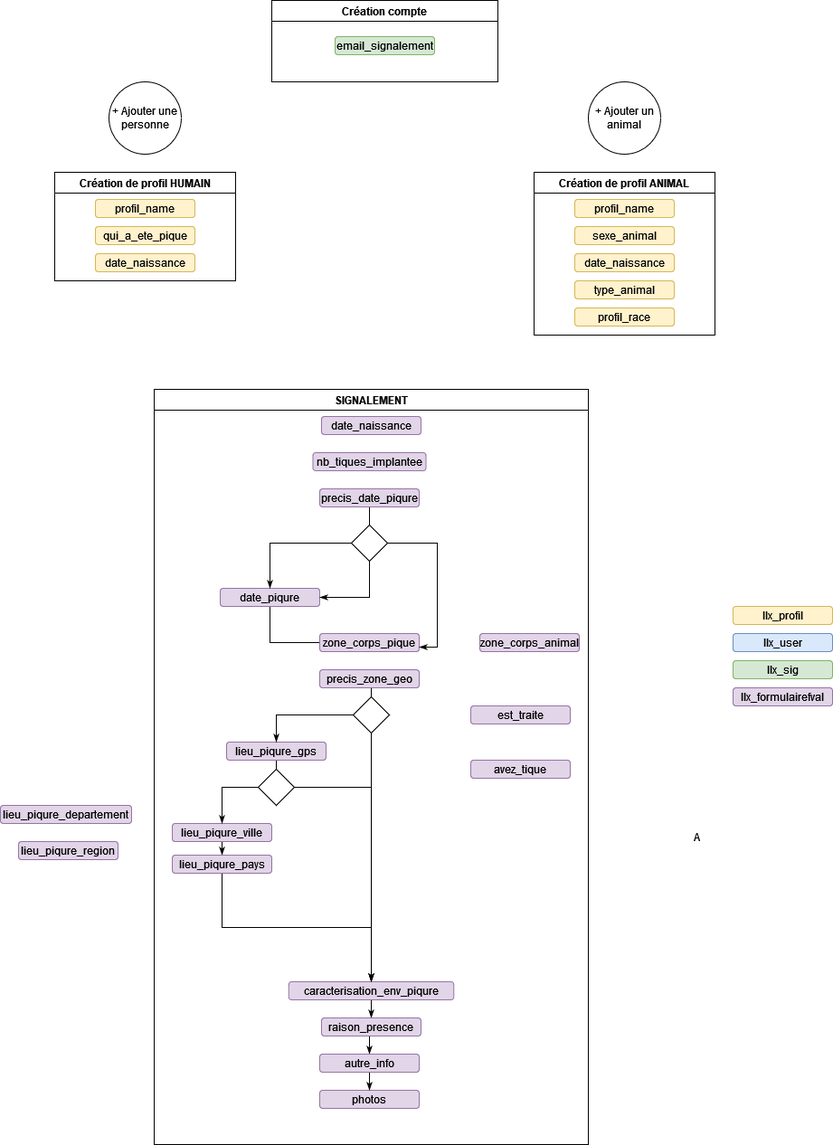
The draw.io diagram docs/_images/appli.png in luluhsl/CiTIQUE-Documentation, before a commit. Source tidied: cells renumbered, new cells last; positions are measured from the earlier drawing's top-left corner, leaving out a move shared by most shapes.
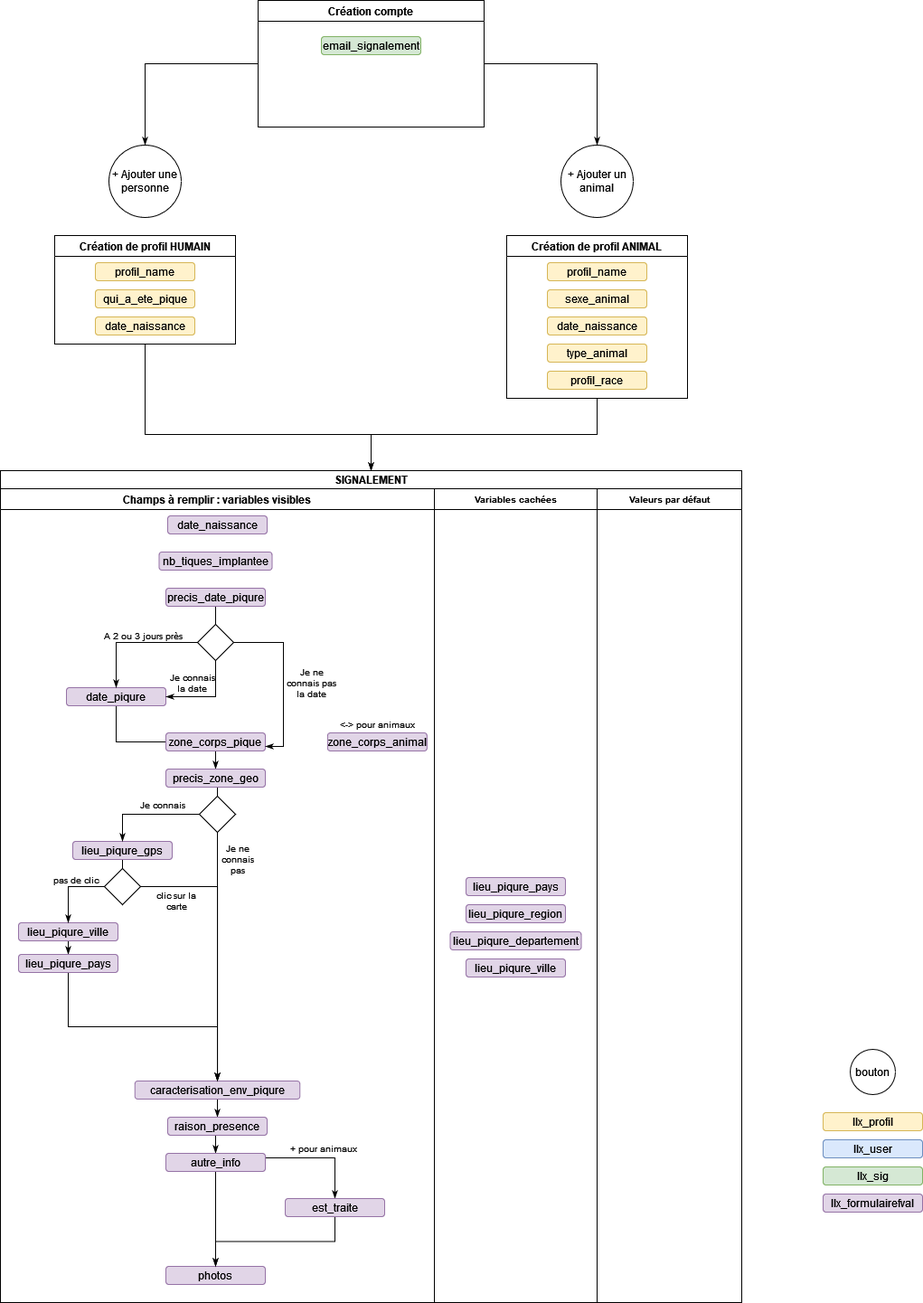
Later version of the same file.

Commit message:
Mettre à jour appli.png

Diff of the diagram source:
```diff
@@ -2,8 +2,16 @@
   <root>
     <mxCell id="0" />
     <mxCell id="1" parent="0" />
+    <mxCell id="59" style="edgeStyle=orthogonalEdgeStyle;rounded=0;jettySize=auto;html=1;exitX=0.5;exitY=1;exitDx=0;exitDy=0;fontSize=12;endArrow=classicThin;endFill=1;" parent="1" edge="1" source="2" target="79">
+      <mxGeometry relative="1" as="geometry">
+        <Array as="points">
+          <mxPoint x="220" y="410" />
+          <mxPoint x="470" y="410" />
+        </Array>
+      </mxGeometry>
+    </mxCell>
     <mxCell id="2" value="Création de profil HUMAIN" style="swimlane;whiteSpace=wrap;html=1;" parent="1" vertex="1">
-      <mxGeometry x="60" y="190" width="200" height="120" as="geometry" />
+      <mxGeometry x="120" y="190" width="200" height="120" as="geometry" />
     </mxCell>
     <mxCell id="3" value="profil_name" style="rounded=1;whiteSpace=wrap;html=1;fillColor=#fff2cc;strokeColor=#d6b656;" parent="2" vertex="1">
       <mxGeometry x="45" y="30" width="110" height="20" as="geometry" />
@@ -14,8 +22,11 @@
     <mxCell id="5" value="date_naissance" style="rounded=1;whiteSpace=wrap;html=1;fillColor=#fff2cc;strokeColor=#d6b656;" parent="2" vertex="1">
       <mxGeometry x="45" y="90" width="110" height="20" as="geometry" />
     </mxCell>
+    <mxCell id="60" style="edgeStyle=orthogonalEdgeStyle;rounded=0;jettySize=auto;html=1;exitX=0.5;exitY=1;exitDx=0;exitDy=0;entryX=0.5;entryY=0;entryDx=0;entryDy=0;fontSize=12;endArrow=classicThin;endFill=1;" parent="1" edge="1" source="6" target="79">
+      <mxGeometry relative="1" as="geometry" />
+    </mxCell>
     <mxCell id="6" value="Création de profil ANIMAL" style="swimlane;whiteSpace=wrap;html=1;" parent="1" vertex="1">
-      <mxGeometry x="590" y="190" width="200" height="180" as="geometry" />
+      <mxGeometry x="620" y="190" width="200" height="180" as="geometry" />
     </mxCell>
     <mxCell id="7" value="profil_name" style="rounded=1;whiteSpace=wrap;html=1;fillColor=#fff2cc;strokeColor=#d6b656;" parent="6" vertex="1">
       <mxGeometry x="45" y="30" width="110" height="20" as="geometry" />
@@ -33,22 +44,22 @@
       <mxGeometry x="45" y="150" width="110" height="20" as="geometry" />
     </mxCell>
     <mxCell id="12" value="+ Ajouter une personne" style="ellipse;whiteSpace=wrap;html=1;" parent="1" vertex="1">
-      <mxGeometry x="120" y="90" width="80" height="80" as="geometry" />
+      <mxGeometry x="180" y="90" width="80" height="80" as="geometry" />
     </mxCell>
     <mxCell id="13" value="+ Ajouter un animal" style="ellipse;whiteSpace=wrap;html=1;" parent="1" vertex="1">
-      <mxGeometry x="650" y="90" width="80" height="80" as="geometry" />
+      <mxGeometry x="680" y="90" width="80" height="80" as="geometry" />
     </mxCell>
     <mxCell id="14" value="llx_profil" style="rounded=1;whiteSpace=wrap;html=1;fillColor=#fff2cc;strokeColor=#d6b656;" parent="1" vertex="1">
-      <mxGeometry x="810" y="670" width="110" height="20" as="geometry" />
+      <mxGeometry x="970" y="1160" width="110" height="20" as="geometry" />
     </mxCell>
     <mxCell id="15" value="llx_user" style="rounded=1;whiteSpace=wrap;html=1;fillColor=#dae8fc;strokeColor=#6c8ebf;" parent="1" vertex="1">
-      <mxGeometry x="810" y="700" width="110" height="20" as="geometry" />
+      <mxGeometry x="970" y="1190" width="110" height="20" as="geometry" />
     </mxCell>
     <mxCell id="16" value="llx_sig" style="rounded=1;whiteSpace=wrap;html=1;fillColor=#d5e8d4;strokeColor=#82b366;" parent="1" vertex="1">
-      <mxGeometry x="810" y="730" width="110" height="20" as="geometry" />
+      <mxGeometry x="970" y="1220" width="110" height="20" as="geometry" />
     </mxCell>
-    <mxCell id="17" value="SIGNALEMENT" style="swimlane;whiteSpace=wrap;html=1;" parent="1" vertex="1">
-      <mxGeometry x="170" y="430" width="480" height="835" as="geometry" />
+    <mxCell id="17" value="Champs à remplir : variables visibles" style="swimlane;whiteSpace=wrap;html=1;" parent="1" vertex="1">
+      <mxGeometry x="60" y="470" width="480" height="900" as="geometry" />
     </mxCell>
     <mxCell id="18" value="date_naissance" style="rounded=1;whiteSpace=wrap;html=1;fillColor=#e1d5e7;strokeColor=#9673a6;" parent="17" vertex="1">
       <mxGeometry x="185" y="30" width="110" height="20" as="geometry" />
@@ -65,6 +76,9 @@
     <mxCell id="22" value="date_piqure" style="rounded=1;whiteSpace=wrap;html=1;fillColor=#e1d5e7;strokeColor=#9673a6;" parent="17" vertex="1">
       <mxGeometry x="73" y="220" width="110" height="20" as="geometry" />
     </mxCell>
+    <mxCell id="61" style="edgeStyle=orthogonalEdgeStyle;rounded=0;jettySize=auto;html=1;exitX=0.5;exitY=1;exitDx=0;exitDy=0;entryX=0.5;entryY=0;entryDx=0;entryDy=0;fontSize=10;endArrow=classicThin;endFill=1;" parent="17" edge="1" source="23" target="25">
+      <mxGeometry relative="1" as="geometry" />
+    </mxCell>
     <mxCell id="23" value="zone_corps_pique" style="rounded=1;whiteSpace=wrap;html=1;fillColor=#e1d5e7;strokeColor=#9673a6;" parent="17" vertex="1">
       <mxGeometry x="183" y="270" width="110" height="20" as="geometry" />
     </mxCell>
@@ -110,7 +124,7 @@
       <mxGeometry x="185" y="695" width="110" height="20" as="geometry" />
     </mxCell>
     <mxCell id="37" value="photos" style="rounded=1;whiteSpace=wrap;html=1;fillColor=#e1d5e7;strokeColor=#9673a6;" parent="17" vertex="1">
-      <mxGeometry x="183" y="775" width="110" height="20" as="geometry" />
+      <mxGeometry x="183" y="860" width="110" height="20" as="geometry" />
     </mxCell>
     <mxCell id="38" style="edgeStyle=orthogonalEdgeStyle;rounded=0;jettySize=auto;html=1;exitX=0;exitY=0.5;exitDx=0;exitDy=0;entryX=0.5;entryY=0;entryDx=0;entryDy=0;endArrow=classicThin;endFill=1;" parent="17" edge="1" source="41" target="22">
       <mxGeometry relative="1" as="geometry" />
@@ -127,6 +141,9 @@
     <mxCell id="42" style="edgeStyle=orthogonalEdgeStyle;rounded=0;jettySize=auto;html=1;exitX=0.5;exitY=1;exitDx=0;exitDy=0;entryX=0.5;entryY=0;entryDx=0;entryDy=0;endArrow=classicThin;endFill=1;" parent="17" edge="1" source="43" target="37">
       <mxGeometry relative="1" as="geometry" />
     </mxCell>
+    <mxCell id="62" style="edgeStyle=orthogonalEdgeStyle;rounded=0;jettySize=auto;html=1;exitX=1;exitY=0.25;exitDx=0;exitDy=0;entryX=0.5;entryY=0;entryDx=0;entryDy=0;fontSize=10;endArrow=classicThin;endFill=1;" parent="17" edge="1" source="43" target="51">
+      <mxGeometry relative="1" as="geometry" />
+    </mxCell>
     <mxCell id="43" value="autre_info" style="rounded=1;whiteSpace=wrap;html=1;fillColor=#e1d5e7;strokeColor=#9673a6;" parent="17" vertex="1">
       <mxGeometry x="183" y="735" width="110" height="20" as="geometry" />
     </mxCell>
@@ -149,31 +166,79 @@
       <mxGeometry x="115" y="420" width="40" height="40" as="geometry" />
     </mxCell>
     <mxCell id="50" value="zone_corps_animal" style="rounded=1;whiteSpace=wrap;html=1;fillColor=#e1d5e7;strokeColor=#9673a6;" parent="17" vertex="1">
-      <mxGeometry x="360" y="270" width="110" height="20" as="geometry" />
+      <mxGeometry x="361.9" y="270" width="110" height="20" as="geometry" />
     </mxCell>
+    <mxCell id="63" style="edgeStyle=orthogonalEdgeStyle;rounded=0;jettySize=auto;html=1;exitX=0.5;exitY=1;exitDx=0;exitDy=0;fontSize=10;endArrow=classicThin;endFill=1;" parent="17" edge="1" source="51" target="37">
+      <mxGeometry relative="1" as="geometry" />
+    </mxCell>
     <mxCell id="51" value="est_traite" style="rounded=1;whiteSpace=wrap;html=1;fillColor=#e1d5e7;strokeColor=#9673a6;" parent="17" vertex="1">
-      <mxGeometry x="350" y="350" width="110" height="20" as="geometry" />
+      <mxGeometry x="315" y="785" width="110" height="20" as="geometry" />
     </mxCell>
-    <mxCell id="52" value="avez_tique" style="rounded=1;whiteSpace=wrap;html=1;fillColor=#e1d5e7;strokeColor=#9673a6;" parent="17" vertex="1">
-      <mxGeometry x="350" y="410" width="110" height="20" as="geometry" />
-    </mxCell>
+    <mxCell id="64" value="A 2 ou 3 jours près" style="text;html=1;strokeColor=none;fillColor=none;align=center;verticalAlign=middle;whiteSpace=wrap;rounded=0;fontSize=10;" parent="17" vertex="1">
+      <mxGeometry x="105" y="148" width="107" height="30" as="geometry" />
+    </mxCell>
+    <mxCell id="65" value="Je connais la date" style="text;html=1;strokeColor=none;fillColor=none;align=center;verticalAlign=middle;whiteSpace=wrap;rounded=0;fontSize=10;" parent="17" vertex="1">
+      <mxGeometry x="185" y="200" width="54.5" height="30" as="geometry" />
+    </mxCell>
+    <mxCell id="66" value="Je ne connais pas la date" style="text;html=1;strokeColor=none;fillColor=none;align=center;verticalAlign=middle;whiteSpace=wrap;rounded=0;fontSize=10;" parent="17" vertex="1">
+      <mxGeometry x="315" y="200" width="58.8" height="30" as="geometry" />
+    </mxCell>
+    <mxCell id="67" value="Je connais" style="text;html=1;strokeColor=none;fillColor=none;align=center;verticalAlign=middle;whiteSpace=wrap;rounded=0;fontSize=10;" parent="17" vertex="1">
+      <mxGeometry x="150" y="340" width="60" height="20" as="geometry" />
+    </mxCell>
+    <mxCell id="68" value="Je ne connais pas" style="text;html=1;strokeColor=none;fillColor=none;align=center;verticalAlign=middle;whiteSpace=wrap;rounded=0;fontSize=10;" parent="17" vertex="1">
+      <mxGeometry x="245" y="400" width="35" height="20" as="geometry" />
+    </mxCell>
+    <mxCell id="69" value="clic sur la carte" style="text;html=1;strokeColor=none;fillColor=none;align=center;verticalAlign=middle;whiteSpace=wrap;rounded=0;fontSize=10;" parent="17" vertex="1">
+      <mxGeometry x="170" y="443" width="50" height="25" as="geometry" />
+    </mxCell>
+    <mxCell id="70" value="pas de clic" style="text;html=1;strokeColor=none;fillColor=none;align=center;verticalAlign=middle;whiteSpace=wrap;rounded=0;fontSize=10;" parent="17" vertex="1">
+      <mxGeometry x="45" y="420" width="77" height="25" as="geometry" />
+    </mxCell>
+    <mxCell id="71" value="+ pour animaux" style="text;html=1;strokeColor=none;fillColor=none;align=center;verticalAlign=middle;whiteSpace=wrap;rounded=0;fontSize=10;" parent="17" vertex="1">
+      <mxGeometry x="315" y="715" width="86.2" height="30" as="geometry" />
+    </mxCell>
+    <mxCell id="72" value="&amp;lt;-&amp;gt; pour animaux" style="text;html=1;strokeColor=none;fillColor=none;align=center;verticalAlign=middle;whiteSpace=wrap;rounded=0;fontSize=10;" parent="17" vertex="1">
+      <mxGeometry x="373.8" y="246" width="86.2" height="30" as="geometry" />
+    </mxCell>
+    <mxCell id="73" style="edgeStyle=orthogonalEdgeStyle;rounded=0;jettySize=auto;html=1;exitX=0;exitY=0.5;exitDx=0;exitDy=0;endArrow=classicThin;endFill=1;" parent="1" edge="1" source="53" target="12">
+      <mxGeometry relative="1" as="geometry" />
+    </mxCell>
+    <mxCell id="74" style="edgeStyle=orthogonalEdgeStyle;rounded=0;jettySize=auto;html=1;exitX=1;exitY=0.5;exitDx=0;exitDy=0;entryX=0.5;entryY=0;entryDx=0;entryDy=0;endArrow=classicThin;endFill=1;" parent="1" edge="1" source="53" target="13">
+      <mxGeometry relative="1" as="geometry" />
+    </mxCell>
     <mxCell id="53" value="Création compte" style="swimlane;whiteSpace=wrap;html=1;" parent="1" vertex="1">
-      <mxGeometry x="300" width="250" height="90" as="geometry" />
+      <mxGeometry x="345" y="-70" width="250" height="140" as="geometry" />
     </mxCell>
     <mxCell id="54" value="email_signalement" style="rounded=1;whiteSpace=wrap;html=1;fillColor=#d5e8d4;strokeColor=#82b366;" parent="53" vertex="1">
       <mxGeometry x="70" y="40" width="110" height="20" as="geometry" />
     </mxCell>
     <mxCell id="55" value="llx_formulairefval" style="rounded=1;whiteSpace=wrap;html=1;fillColor=#e1d5e7;strokeColor=#9673a6;" parent="1" vertex="1">
-      <mxGeometry x="810" y="760" width="110" height="20" as="geometry" />
+      <mxGeometry x="970" y="1250" width="110" height="20" as="geometry" />
     </mxCell>
+    <mxCell id="75" value="bouton" style="ellipse;whiteSpace=wrap;html=1;" parent="1" vertex="1">
+      <mxGeometry x="1000" y="1090" width="50" height="50" as="geometry" />
+    </mxCell>
+    <mxCell id="76" value="Variables cachées" style="swimlane;whiteSpace=wrap;html=1;fontSize=10;" parent="1" vertex="1">
+      <mxGeometry x="540" y="470" width="180" height="900" as="geometry" />
+    </mxCell>
+    <mxCell id="77" value="lieu_piqure_pays" style="rounded=1;whiteSpace=wrap;html=1;fillColor=#e1d5e7;strokeColor=#9673a6;" parent="76" vertex="1">
+      <mxGeometry x="35" y="430" width="110" height="20" as="geometry" />
+    </mxCell>
+    <mxCell id="57" value="lieu_piqure_region" style="rounded=1;whiteSpace=wrap;html=1;fillColor=#e1d5e7;strokeColor=#9673a6;" parent="76" vertex="1">
+      <mxGeometry x="35" y="460" width="110" height="20" as="geometry" />
+    </mxCell>
-    <mxCell id="56" value="lieu_piqure_departement" style="rounded=1;whiteSpace=wrap;html=1;fillColor=#e1d5e7;strokeColor=#9673a6;" parent="1" vertex="1">
-      <mxGeometry y="890" width="145" height="20" as="geometry" />
+    <mxCell id="56" value="lieu_piqure_departement" style="rounded=1;whiteSpace=wrap;html=1;fillColor=#e1d5e7;strokeColor=#9673a6;" parent="76" vertex="1">
+      <mxGeometry x="17.5" y="490" width="145" height="20" as="geometry" />
     </mxCell>
-    <mxCell id="57" value="lieu_piqure_region" style="rounded=1;whiteSpace=wrap;html=1;fillColor=#e1d5e7;strokeColor=#9673a6;" parent="1" vertex="1">
-      <mxGeometry x="20" y="930" width="110" height="20" as="geometry" />
-    </mxCell>
-    <mxCell id="58" value="A " style="text;html=1;strokeColor=none;fillColor=none;align=center;verticalAlign=middle;whiteSpace=wrap;rounded=0;" parent="1" vertex="1">
-      <mxGeometry x="740" y="910" width="60" height="30" as="geometry" />
-    </mxCell>
+    <mxCell id="78" value="lieu_piqure_ville" style="rounded=1;whiteSpace=wrap;html=1;fillColor=#e1d5e7;strokeColor=#9673a6;" parent="76" vertex="1">
+      <mxGeometry x="35" y="520" width="110" height="20" as="geometry" />
+    </mxCell>
+    <mxCell id="79" value="SIGNALEMENT" style="rounded=0;whiteSpace=wrap;html=1;fontSize=12;fontStyle=1;" parent="1" vertex="1">
+      <mxGeometry x="60" y="450" width="820" height="20" as="geometry" />
+    </mxCell>
+    <mxCell id="80" value="Valeurs par défaut" style="swimlane;whiteSpace=wrap;html=1;fontSize=10;" parent="1" vertex="1">
+      <mxGeometry x="720" y="470" width="160" height="900" as="geometry" />
+    </mxCell>
   </root>
 </mxGraphModel>
```
